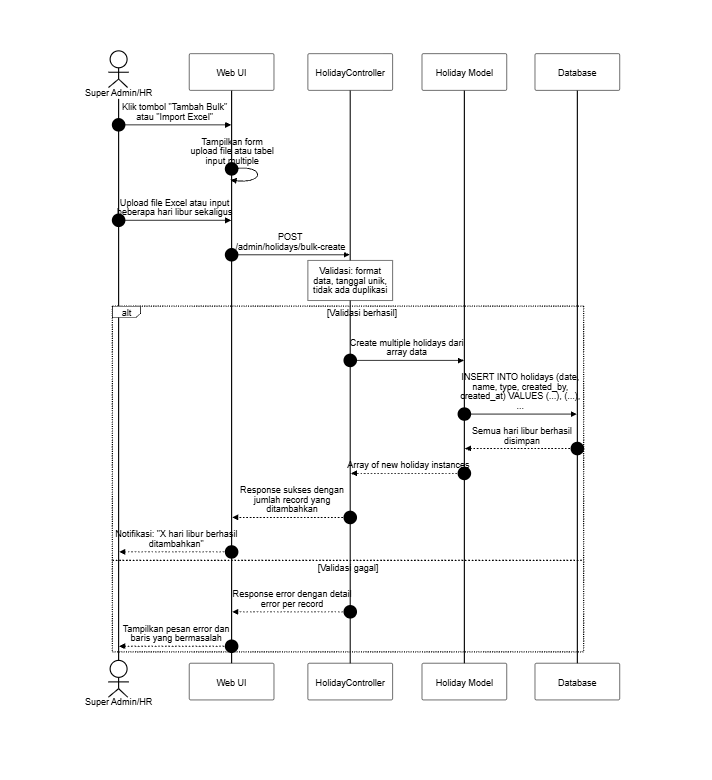
Earlier version of the Mermaid export docs/SequenceDiagram/PNG_Transparent/KelolaHariLibur-BuatBulk.png (SulaimanHafi23/SimpegRSHDI). Its source is kept beside it as docs/SequenceDiagram/KelolaHariLibur-BuatBulk.mermaid.
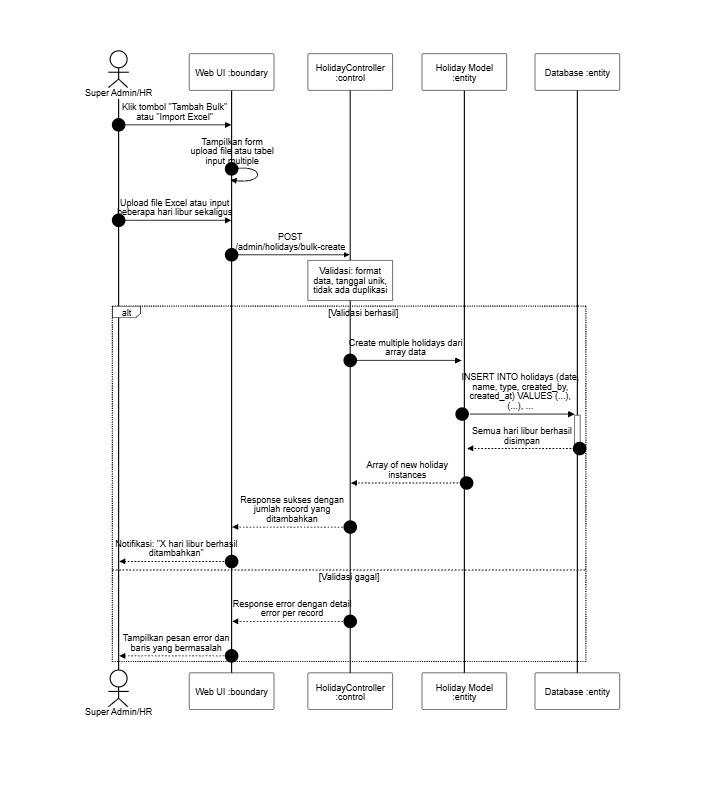
After the change.

Diff of the diagram source:
```diff
@@ -6,10 +6,10 @@
 sequenceDiagram
     autonumber
     actor SA as Super Admin/HR
-    participant UI as Web UI
-    participant C as HolidayController
-    participant H as Holiday Model
-    participant DB as Database
+    participant UI as Web UI :boundary
+    participant C as HolidayController :control
+    participant H as Holiday Model :entity
+    participant DB as Database :entity
 
     SA->>UI: Klik tombol "Tambah Bulk" atau "Import Excel"
     UI->>UI: Tampilkan form upload file atau tabel input multiple
@@ -17,9 +17,9 @@
     UI->>C: POST /admin/holidays/bulk-create
     note over C: Validasi: format data, tanggal unik, tidak ada duplikasi
     alt Validasi berhasil
-        C->>H: Create multiple holidays dari array data
-        H->>DB: INSERT INTO holidays (date, name, type, created_by, created_at) VALUES (...), (...), ...
-        DB-->>H: Semua hari libur berhasil disimpan
+        C->>+H: Create multiple holidays dari array data
+        H->>+DB: INSERT INTO holidays (date, name, type, created_by, created_at) VALUES (...), (...), ...
+        DB-->>-H: Semua hari libur berhasil disimpan
         H-->>C: Array of new holiday instances
         C-->>UI: Response sukses dengan jumlah record yang ditambahkan
         UI-->>SA: Notifikasi: "X hari libur berhasil ditambahkan"
```
